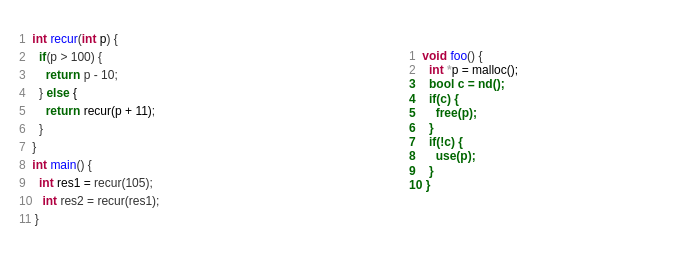
jumormt/test keeps this draw.io diagram as page "PSTA" (14 of 18) of fse-slides.drawio. Above is the earlier version. Source tidied: cells renumbered, new cells numbered last; positions are measured from the earlier drawing's top-left corner, leaving out a move shared by most shapes. Both pictures are drawn from the tidied source at 100%, with x=0, y=0 at pixel (17, 30).
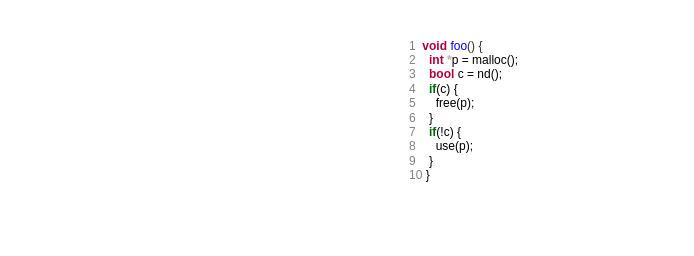
Above is the later version.

What changed in the source:
```diff
@@
 <mxGraphModel>
   <root>
     <mxCell id="0" />
     <mxCell id="1" parent="0" />
-    <mxCell id="2" value="&lt;p style=&quot;line-height: 150%; font-size: 12px;&quot;&gt;&lt;font style=&quot;font-size: 12px;&quot; color=&quot;#828282&quot;&gt;1&lt;/font&gt;&amp;nbsp;&amp;nbsp;&lt;font style=&quot;font-size: 12px;&quot; color=&quot;#b00041&quot;&gt;&lt;b style=&quot;font-size: 12px;&quot;&gt;int&lt;/b&gt;&lt;/font&gt;&amp;nbsp;&lt;font style=&quot;font-size: 12px;&quot; color=&quot;#0000ff&quot;&gt;recur&lt;/font&gt;(&lt;b style=&quot;border-color: var(--border-color); color: rgb(176, 0, 65); font-size: 12px;&quot;&gt;int &lt;/b&gt;&lt;span style=&quot;border-color: var(--border-color); font-size: 12px;&quot;&gt;&lt;font style=&quot;font-size: 12px;&quot; color=&quot;#000000&quot;&gt;p&lt;/font&gt;&lt;/span&gt;) {&lt;br style=&quot;font-size: 12px;&quot;&gt;&lt;font style=&quot;font-size: 12px;&quot; color=&quot;#828282&quot;&gt;2&lt;/font&gt;&amp;nbsp; &amp;nbsp;&amp;nbsp;&lt;font style=&quot;font-size: 12px;&quot; color=&quot;#006600&quot;&gt;&lt;b style=&quot;font-size: 12px;&quot;&gt;if&lt;/b&gt;&lt;/font&gt;(p &amp;gt; 100) {&lt;br style=&quot;font-size: 12px;&quot;&gt;&lt;font style=&quot;font-size: 12px;&quot; color=&quot;#828282&quot;&gt;3&lt;/font&gt;&amp;nbsp; &amp;nbsp; &amp;nbsp;&amp;nbsp;&lt;font style=&quot;font-size: 12px;&quot; color=&quot;#006600&quot;&gt;&lt;b style=&quot;font-size: 12px;&quot;&gt;return&lt;/b&gt;&lt;/font&gt; p - 10;&lt;br style=&quot;font-size: 12px;&quot;&gt;&lt;font style=&quot;font-size: 12px;&quot; color=&quot;#828282&quot;&gt;4&lt;/font&gt;&amp;nbsp; &amp;nbsp; }&amp;nbsp;&lt;font style=&quot;font-size: 12px;&quot;&gt;&lt;span style=&quot;font-size: 12px;&quot;&gt;&lt;font color=&quot;#006600&quot; style=&quot;font-weight: bold; font-size: 12px;&quot;&gt;else &lt;/font&gt;&lt;font style=&quot;font-size: 12px;&quot; color=&quot;#000000&quot;&gt;{&lt;/font&gt;&lt;br style=&quot;font-size: 12px;&quot;&gt;&lt;font color=&quot;#828282&quot; style=&quot;font-size: 12px;&quot;&gt;5&lt;/font&gt;&lt;font color=&quot;#006600&quot; style=&quot;font-weight: bold; font-size: 12px;&quot;&gt;&amp;nbsp; &amp;nbsp; &amp;nbsp; return &lt;/font&gt;&lt;font style=&quot;font-size: 12px;&quot; color=&quot;#000000&quot;&gt;recur&lt;/font&gt;&lt;font style=&quot;font-size: 12px;&quot; color=&quot;#000000&quot;&gt;(p + 11&lt;/font&gt;&lt;font style=&quot;font-size: 12px;&quot; color=&quot;#000000&quot;&gt;)&lt;/font&gt;&lt;/span&gt;&lt;/font&gt;;&lt;br style=&quot;font-size: 12px;&quot;&gt;&lt;font style=&quot;font-size: 12px;&quot; color=&quot;#828282&quot;&gt;6&lt;/font&gt;&amp;nbsp; &amp;nbsp; }&lt;br style=&quot;font-size: 12px;&quot;&gt;&lt;font style=&quot;font-size: 12px;&quot; color=&quot;#828282&quot;&gt;7&lt;/font&gt;&amp;nbsp; }&lt;br style=&quot;font-size: 12px;&quot;&gt;&lt;font style=&quot;font-size: 12px;&quot; color=&quot;#828282&quot;&gt;8&lt;/font&gt;&amp;nbsp;&amp;nbsp;&lt;font style=&quot;font-size: 12px;&quot; color=&quot;#b00041&quot;&gt;&lt;b style=&quot;font-size: 12px;&quot;&gt;int&lt;/b&gt;&lt;/font&gt; &lt;font style=&quot;font-size: 12px;&quot; color=&quot;#0000ff&quot;&gt;main&lt;/font&gt;() {&lt;br style=&quot;font-size: 12px;&quot;&gt;&lt;font style=&quot;font-size: 12px;&quot; color=&quot;#828282&quot;&gt;9&lt;/font&gt;&amp;nbsp; &amp;nbsp;&amp;nbsp;&lt;b style=&quot;border-color: var(--border-color); color: rgb(176, 0, 65); font-size: 12px;&quot;&gt;int &lt;/b&gt;&lt;span style=&quot;border-color: var(--border-color); font-size: 12px;&quot;&gt;&lt;font color=&quot;#000000&quot; style=&quot;font-size: 12px;&quot;&gt;res1 =&lt;/font&gt;&lt;/span&gt;&lt;b style=&quot;border-color: var(--border-color); color: rgb(176, 0, 65); font-size: 12px;&quot;&gt;&amp;nbsp;&lt;/b&gt;recur(105);&lt;br style=&quot;font-size: 12px;&quot;&gt;&lt;font style=&quot;font-size: 12px;&quot; color=&quot;#828282&quot;&gt;10&lt;/font&gt;&amp;nbsp; &amp;nbsp;&lt;font style=&quot;font-size: 12px;&quot; color=&quot;#b00041&quot;&gt;&lt;b style=&quot;font-size: 12px;&quot;&gt;int&lt;/b&gt;&lt;/font&gt; res2 = recur(res1);&lt;br style=&quot;font-size: 12px;&quot;&gt;&lt;font style=&quot;font-size: 12px;&quot; color=&quot;#828282&quot;&gt;11&amp;nbsp;&lt;/font&gt;}&lt;/p&gt;" style="text;html=1;strokeColor=none;fillColor=none;align=left;verticalAlign=middle;whiteSpace=wrap;rounded=0;fontFamily=Inconsolata LGC;fontSize=12;fontColor=#333333;" parent="1" vertex="1">
-      <mxGeometry width="230" height="195" as="geometry" />
-    </mxCell>
-    <mxCell id="3" value="&lt;font color=&quot;#828282&quot; style=&quot;font-family: &amp;quot;Inconsolata LGC&amp;quot;;&quot;&gt;1&lt;/font&gt;&lt;span style=&quot;color: rgb(51, 51, 51); font-family: &amp;quot;Inconsolata LGC&amp;quot;;&quot;&gt;&amp;nbsp;&amp;nbsp;&lt;/span&gt;&lt;font color=&quot;#b00041&quot; style=&quot;font-family: &amp;quot;Inconsolata LGC&amp;quot;;&quot;&gt;&lt;b&gt;void&lt;/b&gt;&lt;/font&gt;&lt;span style=&quot;color: rgb(51, 51, 51); font-family: &amp;quot;Inconsolata LGC&amp;quot;;&quot;&gt;&amp;nbsp;&lt;/span&gt;&lt;font color=&quot;#0000ff&quot; style=&quot;font-family: &amp;quot;Inconsolata LGC&amp;quot;;&quot;&gt;foo&lt;/font&gt;&lt;span style=&quot;color: rgb(51, 51, 51); font-family: &amp;quot;Inconsolata LGC&amp;quot;;&quot;&gt;(&lt;/span&gt;&lt;span style=&quot;color: rgb(51, 51, 51); font-family: &amp;quot;Inconsolata LGC&amp;quot;;&quot;&gt;) {&lt;/span&gt;&lt;br style=&quot;color: rgb(51, 51, 51); font-family: &amp;quot;Inconsolata LGC&amp;quot;;&quot;&gt;&lt;font color=&quot;#828282&quot; style=&quot;font-family: &amp;quot;Inconsolata LGC&amp;quot;;&quot;&gt;2&lt;/font&gt;&lt;span style=&quot;color: rgb(51, 51, 51); font-family: &amp;quot;Inconsolata LGC&amp;quot;;&quot;&gt;&amp;nbsp; &amp;nbsp;&amp;nbsp;&lt;/span&gt;&lt;b style=&quot;font-family: &amp;quot;Inconsolata LGC&amp;quot;; border-color: var(--border-color); color: rgb(176, 0, 65);&quot;&gt;int &lt;/b&gt;&lt;span style=&quot;font-family: &amp;quot;Inconsolata LGC&amp;quot;; border-color: var(--border-color);&quot;&gt;&lt;font style=&quot;font-weight: bold;&quot; color=&quot;#b3b3b3&quot;&gt;*&lt;/font&gt;p = malloc();&lt;/span&gt;&lt;div&gt;&lt;font color=&quot;#006600&quot; style=&quot;font-family: &amp;quot;Inconsolata LGC&amp;quot;;&quot;&gt;&lt;b&gt;3&amp;nbsp; &amp;nbsp; bool c = nd();&lt;/b&gt;&lt;/font&gt;&lt;/div&gt;&lt;div&gt;&lt;font color=&quot;#006600&quot; style=&quot;font-family: &amp;quot;Inconsolata LGC&amp;quot;;&quot;&gt;&lt;b&gt;4&amp;nbsp; &amp;nbsp; if(c) {&lt;/b&gt;&lt;/font&gt;&lt;/div&gt;&lt;div&gt;&lt;font color=&quot;#006600&quot; style=&quot;font-family: &amp;quot;Inconsolata LGC&amp;quot;;&quot;&gt;&lt;b&gt;5&amp;nbsp; &amp;nbsp;&amp;nbsp;&lt;span style=&quot;white-space: pre;&quot;&gt;&#9;&lt;/span&gt;free(p);&lt;/b&gt;&lt;/font&gt;&lt;/div&gt;&lt;div&gt;&lt;font color=&quot;#006600&quot; style=&quot;font-family: &amp;quot;Inconsolata LGC&amp;quot;;&quot;&gt;&lt;b&gt;6&amp;nbsp; &amp;nbsp; }&lt;/b&gt;&lt;/font&gt;&lt;/div&gt;&lt;div&gt;&lt;font color=&quot;#006600&quot; style=&quot;font-family: &amp;quot;Inconsolata LGC&amp;quot;;&quot;&gt;&lt;b&gt;7&amp;nbsp; &amp;nbsp; if(!c) {&lt;/b&gt;&lt;/font&gt;&lt;/div&gt;&lt;div&gt;&lt;font color=&quot;#006600&quot; style=&quot;font-family: &amp;quot;Inconsolata LGC&amp;quot;;&quot;&gt;&lt;b&gt;8&amp;nbsp; &amp;nbsp;&amp;nbsp;&lt;span style=&quot;white-space: pre;&quot;&gt;&#9;&lt;/span&gt;use(p);&lt;/b&gt;&lt;/font&gt;&lt;/div&gt;&lt;div&gt;&lt;font color=&quot;#006600&quot; style=&quot;font-family: &amp;quot;Inconsolata LGC&amp;quot;;&quot;&gt;&lt;b&gt;9&amp;nbsp; &amp;nbsp; }&lt;/b&gt;&lt;/font&gt;&lt;/div&gt;&lt;div&gt;&lt;font color=&quot;#006600&quot; style=&quot;font-family: &amp;quot;Inconsolata LGC&amp;quot;;&quot;&gt;&lt;b&gt;10 }&lt;/b&gt;&lt;/font&gt;&lt;/div&gt;" style="text;html=1;align=left;verticalAlign=middle;whiteSpace=wrap;rounded=0;fontFamily=Helvetica;fontSize=12;fontColor=default;" parent="1" vertex="1">
-      <mxGeometry x="390" width="270" height="180" as="geometry" />
+    <mxCell id="3" value="&lt;font color=&quot;#828282&quot; style=&quot;font-family: &amp;quot;Inconsolata LGC&amp;quot;;&quot;&gt;1&lt;/font&gt;&lt;span style=&quot;color: rgb(51, 51, 51); font-family: &amp;quot;Inconsolata LGC&amp;quot;;&quot;&gt;&amp;nbsp;&amp;nbsp;&lt;/span&gt;&lt;font color=&quot;#b00041&quot; style=&quot;font-family: &amp;quot;Inconsolata LGC&amp;quot;;&quot;&gt;&lt;b&gt;void&lt;/b&gt;&lt;/font&gt;&lt;span style=&quot;color: rgb(51, 51, 51); font-family: &amp;quot;Inconsolata LGC&amp;quot;;&quot;&gt;&amp;nbsp;&lt;/span&gt;&lt;font color=&quot;#0000ff&quot; style=&quot;font-family: &amp;quot;Inconsolata LGC&amp;quot;;&quot;&gt;foo&lt;/font&gt;&lt;span style=&quot;color: rgb(51, 51, 51); font-family: &amp;quot;Inconsolata LGC&amp;quot;;&quot;&gt;(&lt;/span&gt;&lt;span style=&quot;color: rgb(51, 51, 51); font-family: &amp;quot;Inconsolata LGC&amp;quot;;&quot;&gt;) {&lt;/span&gt;&lt;br style=&quot;color: rgb(51, 51, 51); font-family: &amp;quot;Inconsolata LGC&amp;quot;;&quot;&gt;&lt;font color=&quot;#828282&quot; style=&quot;font-family: &amp;quot;Inconsolata LGC&amp;quot;;&quot;&gt;2&lt;/font&gt;&lt;span style=&quot;color: rgb(51, 51, 51); font-family: &amp;quot;Inconsolata LGC&amp;quot;;&quot;&gt;&amp;nbsp; &amp;nbsp;&amp;nbsp;&lt;/span&gt;&lt;b style=&quot;font-family: &amp;quot;Inconsolata LGC&amp;quot;; border-color: var(--border-color); color: rgb(176, 0, 65);&quot;&gt;int &lt;/b&gt;&lt;span style=&quot;font-family: &amp;quot;Inconsolata LGC&amp;quot;; border-color: var(--border-color);&quot;&gt;&lt;font style=&quot;font-weight: bold;&quot; color=&quot;#b3b3b3&quot;&gt;*&lt;/font&gt;p = malloc();&lt;/span&gt;&lt;div&gt;&lt;font color=&quot;#828282&quot; style=&quot;font-family: &amp;quot;Inconsolata LGC&amp;quot;;&quot;&gt;3&amp;nbsp; &amp;nbsp; &lt;/font&gt;&lt;font color=&quot;#b00041&quot; style=&quot;font-family: &amp;quot;Inconsolata LGC&amp;quot;;&quot;&gt;&lt;b&gt;bool&lt;/b&gt;&lt;/font&gt;&lt;font color=&quot;#828282&quot; style=&quot;font-family: &amp;quot;Inconsolata LGC&amp;quot;;&quot;&gt; &lt;/font&gt;&lt;font style=&quot;font-family: &amp;quot;Inconsolata LGC&amp;quot;;&quot;&gt;c&lt;/font&gt;&lt;font style=&quot;font-family: &amp;quot;Inconsolata LGC&amp;quot;;&quot;&gt; = nd();&lt;/font&gt;&lt;/div&gt;&lt;div&gt;&lt;font color=&quot;#828282&quot; style=&quot;font-family: &amp;quot;Inconsolata LGC&amp;quot;;&quot;&gt;4&amp;nbsp; &amp;nbsp; &lt;/font&gt;&lt;font color=&quot;#006600&quot; style=&quot;font-family: &amp;quot;Inconsolata LGC&amp;quot;;&quot;&gt;&lt;b&gt;if&lt;/b&gt;&lt;/font&gt;&lt;font style=&quot;font-family: &amp;quot;Inconsolata LGC&amp;quot;;&quot;&gt;(c) {&lt;/font&gt;&lt;/div&gt;&lt;div&gt;&lt;font style=&quot;font-family: &amp;quot;Inconsolata LGC&amp;quot;;&quot;&gt;&lt;font color=&quot;#828282&quot;&gt;5&amp;nbsp; &amp;nbsp;&amp;nbsp;&lt;/font&gt;&lt;span style=&quot;color: rgb(130, 130, 130); white-space: pre;&quot;&gt;&#9;&lt;/span&gt;free(p);&lt;/font&gt;&lt;/div&gt;&lt;div&gt;&lt;font color=&quot;#828282&quot; style=&quot;font-family: &amp;quot;Inconsolata LGC&amp;quot;;&quot;&gt;6&amp;nbsp; &amp;nbsp; &lt;/font&gt;&lt;font style=&quot;font-family: &amp;quot;Inconsolata LGC&amp;quot;;&quot;&gt;}&lt;/font&gt;&lt;/div&gt;&lt;div&gt;&lt;font color=&quot;#828282&quot; style=&quot;font-family: &amp;quot;Inconsolata LGC&amp;quot;;&quot;&gt;7&amp;nbsp; &amp;nbsp; &lt;/font&gt;&lt;font color=&quot;#006600&quot; style=&quot;font-family: &amp;quot;Inconsolata LGC&amp;quot;;&quot;&gt;&lt;b&gt;if&lt;/b&gt;&lt;/font&gt;&lt;font style=&quot;font-family: &amp;quot;Inconsolata LGC&amp;quot;;&quot;&gt;(!c) {&lt;/font&gt;&lt;/div&gt;&lt;div&gt;&lt;font style=&quot;font-family: &amp;quot;Inconsolata LGC&amp;quot;;&quot;&gt;&lt;font color=&quot;#828282&quot;&gt;8&amp;nbsp; &amp;nbsp;&amp;nbsp;&lt;/font&gt;&lt;span style=&quot;color: rgb(130, 130, 130); white-space: pre;&quot;&gt;&#9;&lt;/span&gt;use(p);&lt;/font&gt;&lt;/div&gt;&lt;div&gt;&lt;font color=&quot;#828282&quot; style=&quot;font-family: &amp;quot;Inconsolata LGC&amp;quot;;&quot;&gt;9&amp;nbsp; &amp;nbsp; &lt;/font&gt;&lt;font style=&quot;font-family: &amp;quot;Inconsolata LGC&amp;quot;;&quot;&gt;}&lt;/font&gt;&lt;/div&gt;&lt;div&gt;&lt;font color=&quot;#828282&quot; style=&quot;font-family: &amp;quot;Inconsolata LGC&amp;quot;;&quot;&gt;10 &lt;/font&gt;&lt;font style=&quot;font-family: &amp;quot;Inconsolata LGC&amp;quot;;&quot;&gt;}&lt;/font&gt;&lt;/div&gt;" style="text;html=1;align=left;verticalAlign=middle;whiteSpace=wrap;rounded=0;fontFamily=Helvetica;fontSize=12;fontColor=default;" parent="1" vertex="1">
+      <mxGeometry x="390" width="170" height="160" as="geometry" />
     </mxCell>
   </root>
 </mxGraphModel>
```
